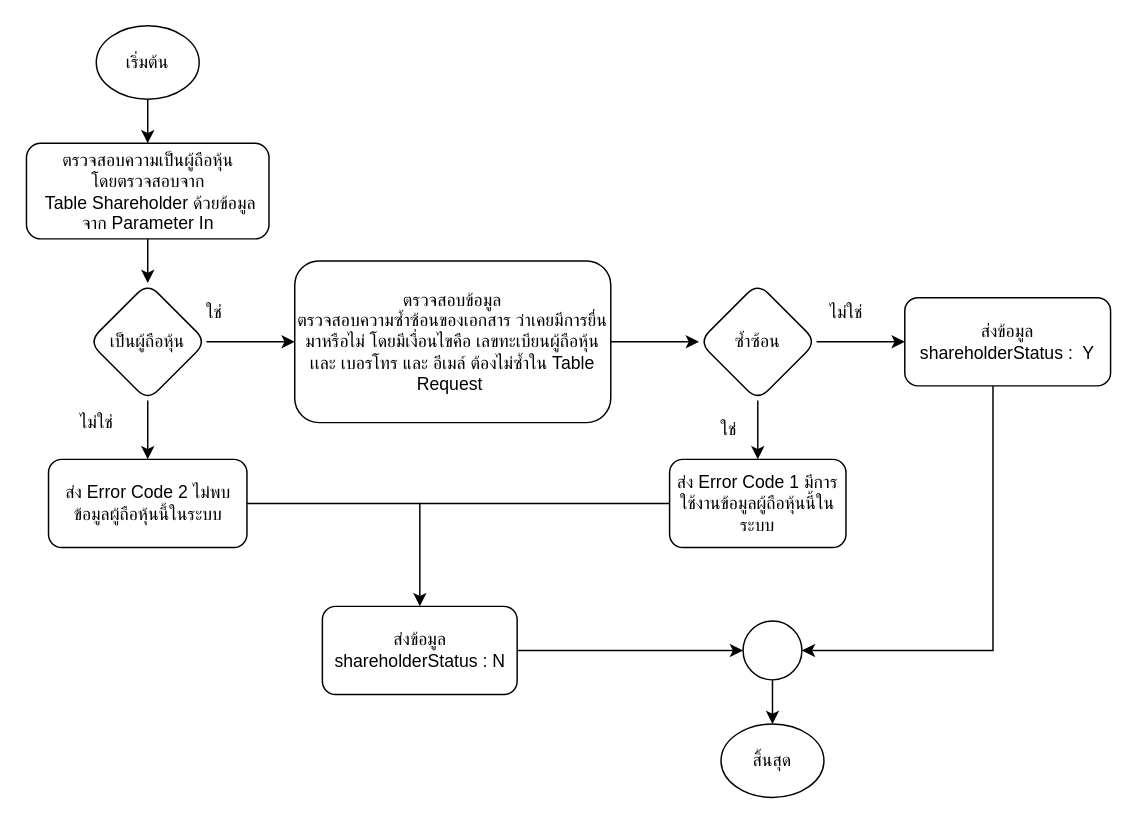
Earlier version of the draw.io diagram checkShareHolderAvailable.drawio (charifrodmanee/charifrodmanee). Source tidied: cells renumbered, new cells numbered last; positions are measured from the earlier drawing's top-left corner, leaving out a move shared by most shapes. Both pictures are drawn from the tidied source at 147%, with x=0, y=0 at pixel (25, 25).
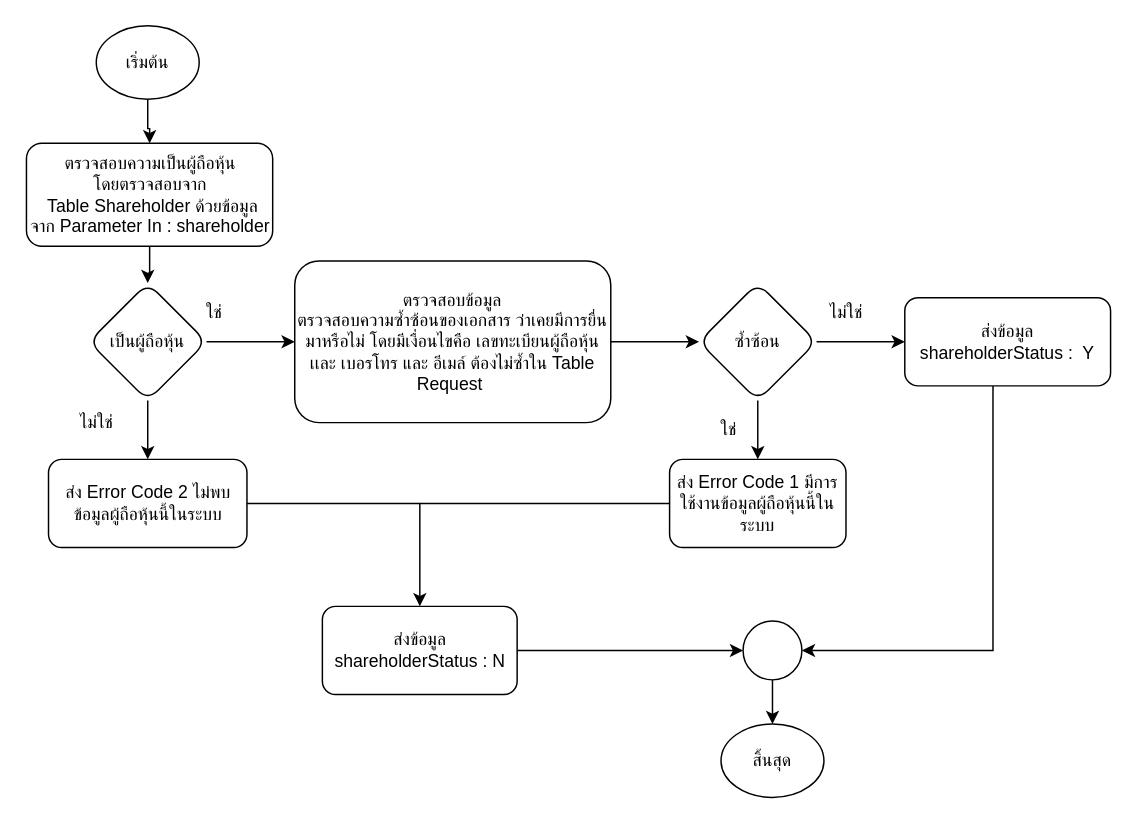
The same diagram, later.

What changed in the source:
```diff
@@
-    <mxCell id="4" value="ตรวจสอบความเป็นผู้ถือหุ้น &lt;br&gt;โดยตรวจสอบจาก&lt;br&gt;&amp;nbsp;Table Shareholder ด้วยข้อมูล&lt;br&gt;จาก Parameter In" style="whiteSpace=wrap;html=1;rounded=1;" parent="1" vertex="1">
-      <mxGeometry x="0.5" y="80" width="165" height="65" as="geometry" />
+    <mxCell id="4" value="ตรวจสอบความเป็นผู้ถือหุ้น &lt;br&gt;โดยตรวจสอบจาก&lt;br&gt;&amp;nbsp;Table Shareholder ด้วยข้อมูล&lt;br&gt;จาก Parameter In : shareholder" style="whiteSpace=wrap;html=1;rounded=1;" parent="1" vertex="1">
+      <mxGeometry x="0.5" y="80" width="167.5" height="70" as="geometry" />
     </mxCell>
```
